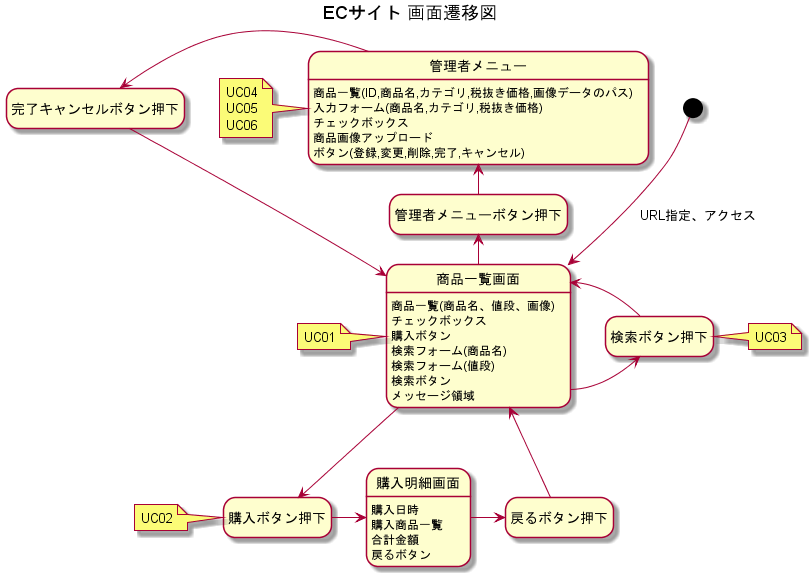
Earlier version of the PlantUML export UseCase/ECサイト 画面遷移図.png (wnakayama/ojt_ecsite).
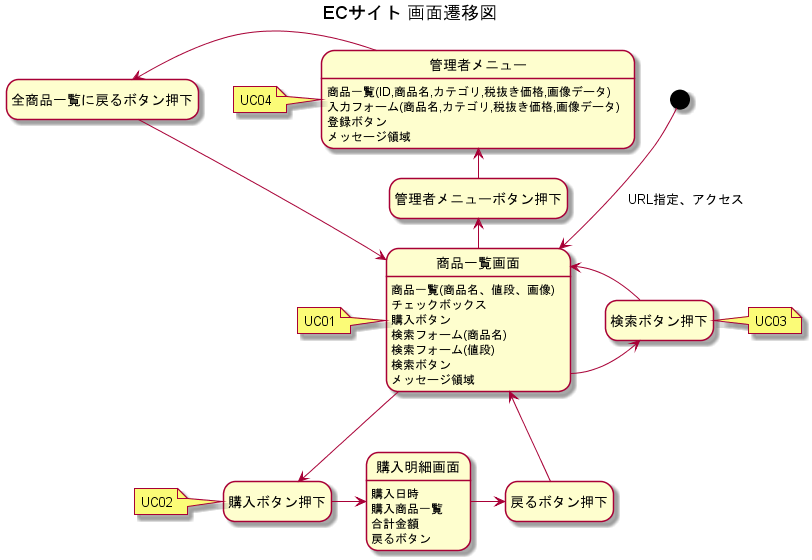
The same diagram one commit later.

Commit message:
ユースケース図、画面遷移図を修正

Change to the diagram source:
```diff
@@ -37,17 +37,14 @@
 
 商品一覧画面 -left-> 管理者メニューボタン押下
 管理者メニューボタン押下 -left-> 管理者メニュー
-管理者メニュー : 商品一覧(ID,商品名,カテゴリ,税抜き価格,画像データのパス)
-管理者メニュー : 入力フォーム(商品名,カテゴリ,税抜き価格)
-管理者メニュー : チェックボックス
-管理者メニュー : 商品画像アップロード
-管理者メニュー : ボタン(登録,変更,削除,完了,キャンセル)
-管理者メニュー -left-> 完了キャンセルボタン押下
-完了キャンセルボタン押下 --> 商品一覧画面
+管理者メニュー : 商品一覧(ID,商品名,カテゴリ,税抜き価格,画像データ)
+管理者メニュー : 入力フォーム(商品名,カテゴリ,税抜き価格,画像データ)
+管理者メニュー : 登録ボタン
+管理者メニュー : メッセージ領域
+管理者メニュー -left-> 全商品一覧に戻るボタン押下
+全商品一覧に戻るボタン押下 --> 商品一覧画面
 
 note left of 管理者メニュー
 UC04
-UC05
-UC06
 end note
 @enduml
```
